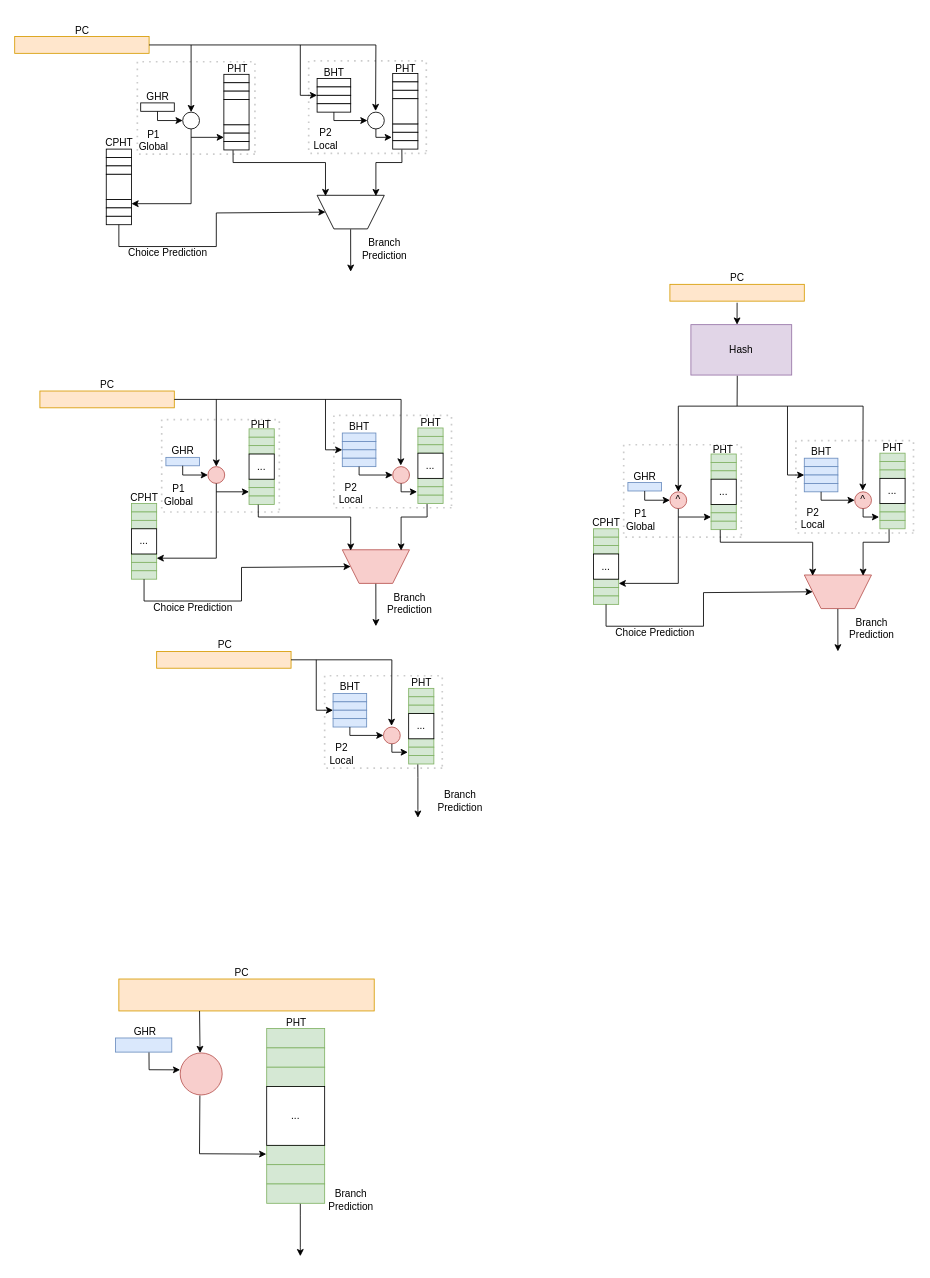
Earlier version of the draw.io diagram page "分支预测" (8 of 8) of 五级流水.drawio (ZPNMiaoHeng/drawioFolder). Source tidied: cells renumbered, new cells numbered last; positions are measured from the earlier drawing's top-left corner, leaving out a move shared by most shapes. Both pictures are drawn from the tidied source at 84%, with x=0, y=0 at pixel (14, 18).
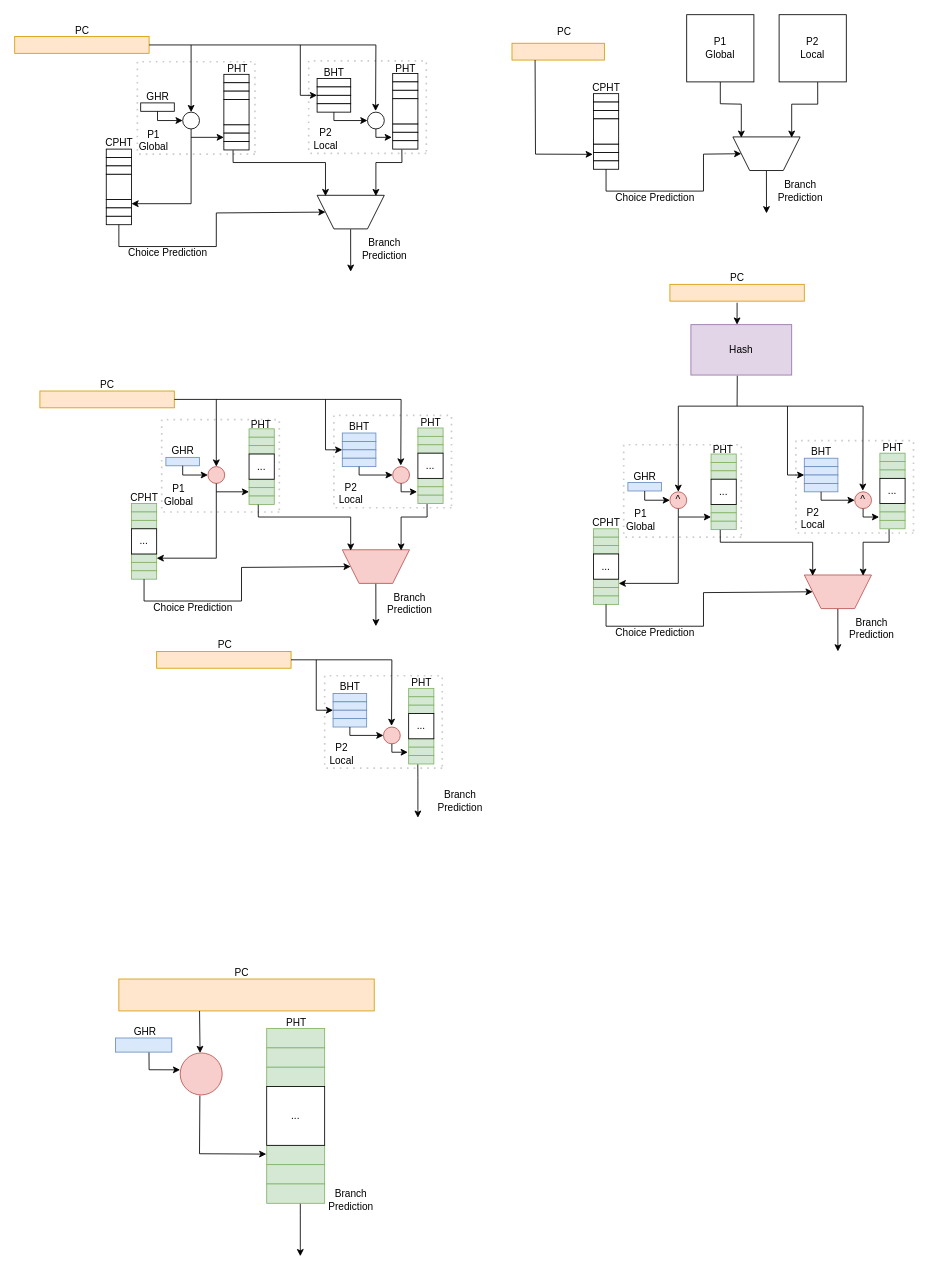
After the change.

Commit message:
更新五级流水.drawio

Change to the diagram source:
```diff
@@
+    <mxCell id="208" style="rounded=0;whiteSpace=wrap;html=1;fillColor=#ffe6cc;strokeColor=#d79b00;" parent="1" vertex="1">
+      <mxGeometry x="592" y="30" width="110" height="20" as="geometry" />
+    </mxCell>
+    <mxCell id="209" value="PC" style="text;html=1;align=center;verticalAlign=middle;strokeColor=none;fillColor=none;" parent="1" vertex="1">
+      <mxGeometry x="634" y="2" width="40" height="30" as="geometry" />
+    </mxCell>
+    <mxCell id="210" style="shape=trapezoid;perimeter=trapezoidPerimeter;whiteSpace=wrap;html=1;fixedSize=1;direction=west;" parent="1" vertex="1">
+      <mxGeometry x="855" y="141.5" width="80" height="40" as="geometry" />
+    </mxCell>
+    <mxCell id="211" style="rounded=0;whiteSpace=wrap;html=1;" parent="1" vertex="1">
+      <mxGeometry x="689" y="90" width="30" height="10" as="geometry" />
+    </mxCell>
+    <mxCell id="212" style="rounded=0;whiteSpace=wrap;html=1;" parent="1" vertex="1">
+      <mxGeometry x="689" y="100" width="30" height="10" as="geometry" />
+    </mxCell>
+    <mxCell id="213" style="rounded=0;whiteSpace=wrap;html=1;" parent="1" vertex="1">
+      <mxGeometry x="689" y="110" width="30" height="10" as="geometry" />
+    </mxCell>
+    <mxCell id="214" style="rounded=0;whiteSpace=wrap;html=1;" parent="1" vertex="1">
+      <mxGeometry x="689" y="150" width="30" height="10" as="geometry" />
+    </mxCell>
+    <mxCell id="215" style="rounded=0;whiteSpace=wrap;html=1;" parent="1" vertex="1">
+      <mxGeometry x="689" y="160" width="30" height="10" as="geometry" />
+    </mxCell>
+    <mxCell id="216" style="rounded=0;whiteSpace=wrap;html=1;" parent="1" vertex="1">
+      <mxGeometry x="689" y="170" width="30" height="10" as="geometry" />
+    </mxCell>
+    <mxCell id="217" style="rounded=0;whiteSpace=wrap;html=1;" parent="1" vertex="1">
+      <mxGeometry x="689" y="120" width="30" height="30" as="geometry" />
+    </mxCell>
+    <mxCell id="218" value="CPHT" style="text;html=1;align=center;verticalAlign=middle;strokeColor=none;fillColor=none;" parent="1" vertex="1">
+      <mxGeometry x="674" y="68" width="60" height="30" as="geometry" />
+    </mxCell>
+    <mxCell id="219" style="endArrow=classic;html=1;rounded=0;entryX=-0.025;entryY=0.224;entryDx=0;entryDy=0;exitX=0.25;exitY=1;exitDx=0;exitDy=0;entryPerimeter=0;" parent="1" edge="1" source="208" target="215">
+      <mxGeometry relative="1" as="geometry">
+        <Array as="points">
+          <mxPoint x="620" y="162" />
+        </Array>
+      </mxGeometry>
+    </mxCell>
+    <mxCell id="220" style="endArrow=classic;html=1;rounded=0;entryX=0.875;entryY=0.975;entryDx=0;entryDy=0;entryPerimeter=0;exitX=0.5;exitY=1;exitDx=0;exitDy=0;" parent="1" edge="1" source="226" target="210">
+      <mxGeometry relative="1" as="geometry">
+        <Array as="points">
+          <mxPoint x="840" y="102" />
+          <mxPoint x="865" y="102.5" />
+        </Array>
+      </mxGeometry>
+    </mxCell>
+    <mxCell id="221" style="endArrow=classic;html=1;rounded=0;exitX=0.501;exitY=-0.012;exitDx=0;exitDy=0;exitPerimeter=0;" parent="1" edge="1" source="210">
+      <mxGeometry relative="1" as="geometry">
+        <mxPoint x="895" y="232.5" as="targetPoint" />
+      </mxGeometry>
+    </mxCell>
+    <mxCell id="222" style="endArrow=classic;html=1;rounded=0;exitX=0.5;exitY=1;exitDx=0;exitDy=0;entryX=1;entryY=0.5;entryDx=0;entryDy=0;" parent="1" edge="1" source="216" target="210">
+      <mxGeometry relative="1" as="geometry">
+        <Array as="points">
+          <mxPoint x="704" y="206" />
+          <mxPoint x="820" y="206" />
+          <mxPoint x="820" y="162" />
+        </Array>
+      </mxGeometry>
+    </mxCell>
+    <mxCell id="223" style="endArrow=classic;html=1;rounded=0;entryX=0.125;entryY=0.975;entryDx=0;entryDy=0;entryPerimeter=0;exitX=0.574;exitY=1.003;exitDx=0;exitDy=0;exitPerimeter=0;" parent="1" edge="1" source="227" target="210">
+      <mxGeometry relative="1" as="geometry">
+        <Array as="points">
+          <mxPoint x="956" y="102.5" />
+          <mxPoint x="925" y="102.5" />
+        </Array>
+      </mxGeometry>
+    </mxCell>
+    <mxCell id="224" value="Branch&lt;br&gt;Prediction" style="text;html=1;align=center;verticalAlign=middle;strokeColor=none;fillColor=none;" parent="1" vertex="1">
+      <mxGeometry x="895" y="185.5" width="80" height="40" as="geometry" />
+    </mxCell>
+    <mxCell id="225" value="Choice Prediction" style="text;html=1;align=center;verticalAlign=middle;strokeColor=none;fillColor=none;" parent="1" vertex="1">
+      <mxGeometry x="702" y="199" width="120" height="30" as="geometry" />
+    </mxCell>
+    <mxCell id="226" value="P1&lt;br&gt;Global" style="whiteSpace=wrap;html=1;" parent="1" vertex="1">
+      <mxGeometry x="800" y="-4" width="80" height="80" as="geometry" />
+    </mxCell>
+    <mxCell id="227" value="P2&lt;br&gt;Local" style="whiteSpace=wrap;html=1;" parent="1" vertex="1">
+      <mxGeometry x="910" y="-4" width="80" height="80" as="geometry" />
+    </mxCell>
```
